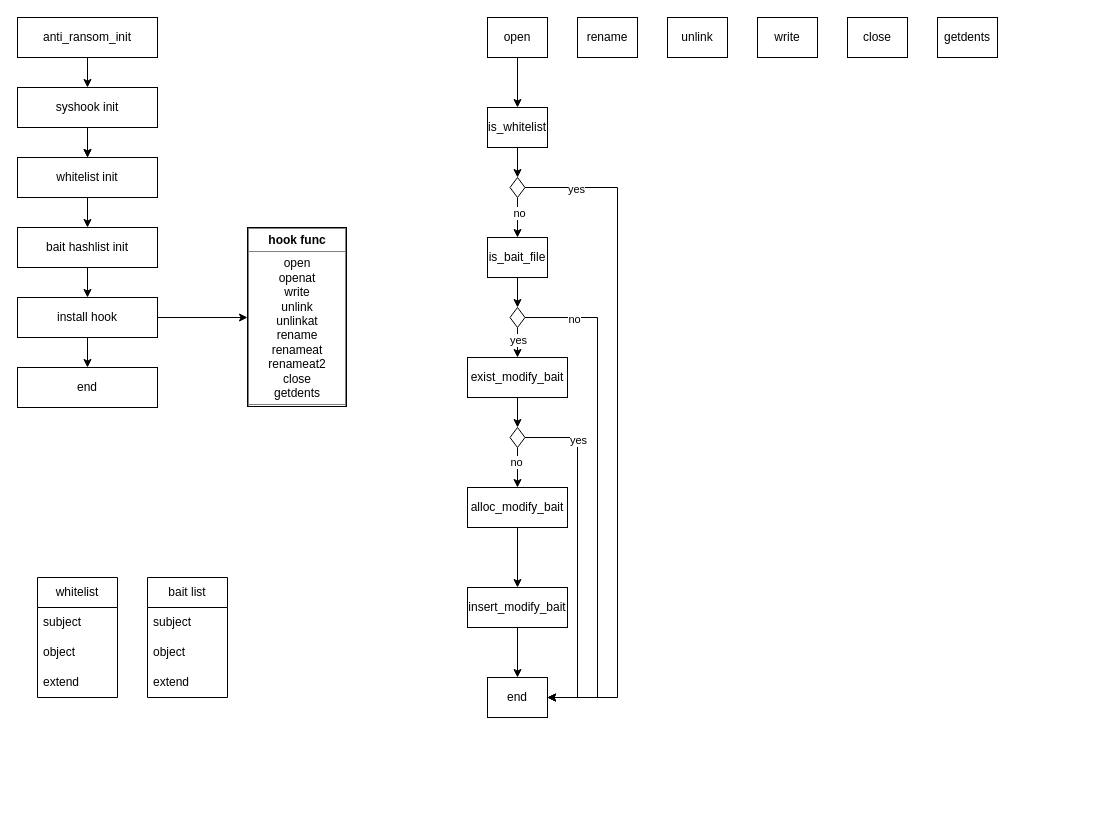
This is ransomware/anti_ransom.drawio from DeviceObject/CRecord, a draw.io file, before an edit. Source tidied: cells renumbered, new cells numbered last; positions are measured from the earlier drawing's top-left corner, leaving out a move shared by most shapes. Both pictures are drawn from the tidied source at 100%, with x=0, y=0 at pixel (17, 17).
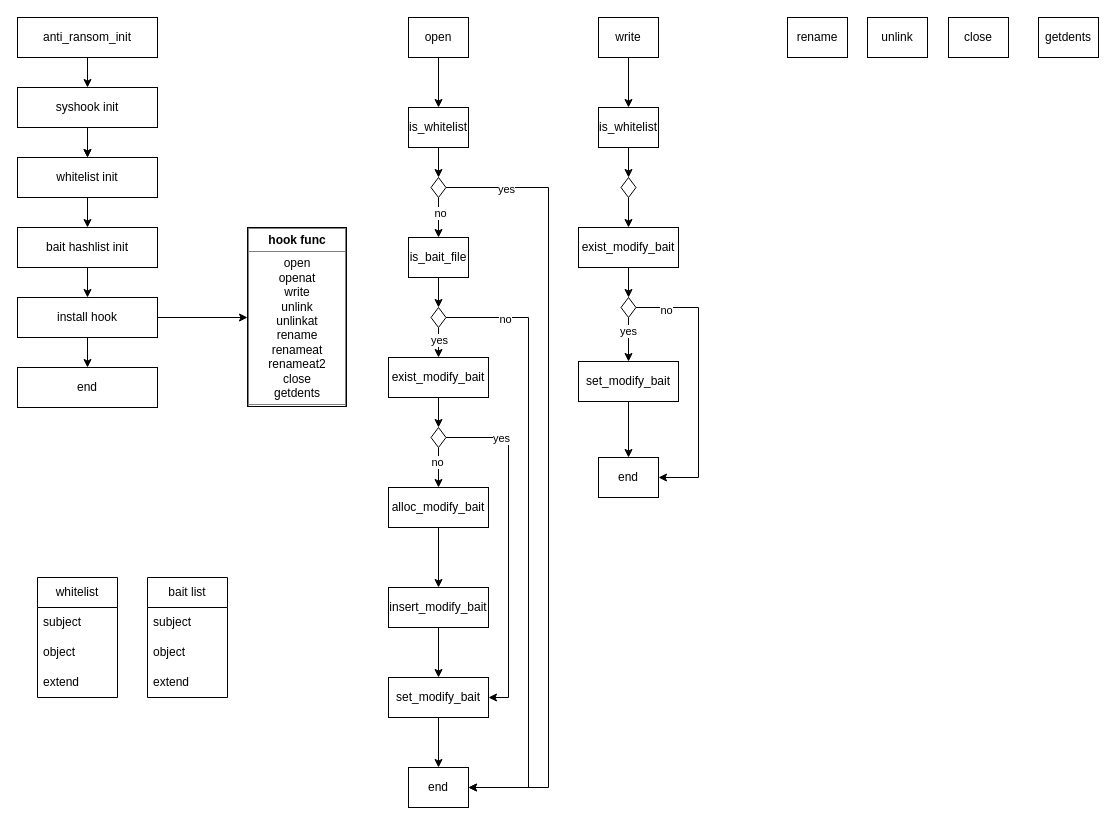
Above is the later version.

The edit, as a diff of the source:
```diff
@@
-    <mxCell id="24" style="edgeStyle=orthogonalEdgeStyle;rounded=0;jettySize=auto;html=1;" parent="1" edge="1" source="25" target="32">
+    <mxCell id="24" style="rounded=0;jettySize=auto;html=1;exitX=0.5;exitY=1;exitDx=0;exitDy=0;entryX=0.5;entryY=0;entryDx=0;entryDy=0;" parent="1" edge="1" source="25" target="32">
       <mxGeometry relative="1" as="geometry" />
     </mxCell>
     <mxCell id="25" value="open" style="rounded=0;whiteSpace=wrap;html=1;" parent="1" vertex="1">
-      <mxGeometry x="470" width="60" height="40" as="geometry" />
+      <mxGeometry x="391" width="60" height="40" as="geometry" />
     </mxCell>
     <mxCell id="26" value="rename" style="rounded=0;whiteSpace=wrap;html=1;" parent="1" vertex="1">
-      <mxGeometry x="560" width="60" height="40" as="geometry" />
+      <mxGeometry x="770" width="60" height="40" as="geometry" />
     </mxCell>
     <mxCell id="27" value="unlink" style="rounded=0;whiteSpace=wrap;html=1;" parent="1" vertex="1">
-      <mxGeometry x="650" width="60" height="40" as="geometry" />
+      <mxGeometry x="850" width="60" height="40" as="geometry" />
     </mxCell>
+    <mxCell id="57" style="edgeStyle=orthogonalEdgeStyle;rounded=0;jettySize=auto;html=1;" parent="1" edge="1" source="28" target="62">
+      <mxGeometry relative="1" as="geometry" />
+    </mxCell>
     <mxCell id="28" value="write" style="rounded=0;whiteSpace=wrap;html=1;" parent="1" vertex="1">
-      <mxGeometry x="740" width="60" height="40" as="geometry" />
+      <mxGeometry x="581" width="60" height="40" as="geometry" />
     </mxCell>
     <mxCell id="29" value="close" style="rounded=0;whiteSpace=wrap;html=1;" parent="1" vertex="1">
-      <mxGeometry x="830" width="60" height="40" as="geometry" />
+      <mxGeometry x="931" width="60" height="40" as="geometry" />
     </mxCell>
     <mxCell id="30" value="getdents" style="rounded=0;whiteSpace=wrap;html=1;" parent="1" vertex="1">
-      <mxGeometry x="920" width="60" height="40" as="geometry" />
+      <mxGeometry x="1021" width="60" height="40" as="geometry" />
     </mxCell>
@@
     <mxCell id="32" value="is_whitelist" style="rounded=0;whiteSpace=wrap;html=1;" parent="1" vertex="1">
-      <mxGeometry x="470" y="90" width="60" height="40" as="geometry" />
+      <mxGeometry x="391" y="90" width="60" height="40" as="geometry" />
     </mxCell>
@@
     <mxCell id="35" style="edgeStyle=orthogonalEdgeStyle;rounded=0;jettySize=auto;html=1;entryX=1;entryY=0.5;entryDx=0;entryDy=0;" parent="1" edge="1" target="44">
       <mxGeometry relative="1" as="geometry">
-        <mxPoint x="507.5" y="170" as="sourcePoint" />
+        <mxPoint x="428.5" y="170" as="sourcePoint" />
         <Array as="points">
-          <mxPoint x="600" y="170" />
-          <mxPoint x="600" y="680" />
+          <mxPoint x="531" y="170" />
+          <mxPoint x="531" y="770" />
         </Array>
       </mxGeometry>
     </mxCell>
@@
     <mxCell id="37" style="rhombus;whiteSpace=wrap;html=1;" parent="1" vertex="1">
-      <mxGeometry x="492.5" y="160" width="15" height="20" as="geometry" />
+      <mxGeometry x="413.5" y="160" width="15" height="20" as="geometry" />
     </mxCell>
@@
     <mxCell id="39" value="is_bait_file" style="rounded=0;whiteSpace=wrap;html=1;" parent="1" vertex="1">
-      <mxGeometry x="470" y="220" width="60" height="40" as="geometry" />
+      <mxGeometry x="391" y="220" width="60" height="40" as="geometry" />
     </mxCell>
@@
     <mxCell id="41" value="exist_modify_bait" style="rounded=0;whiteSpace=wrap;html=1;" parent="1" vertex="1">
-      <mxGeometry x="450" y="340" width="100" height="40" as="geometry" />
+      <mxGeometry x="371" y="340" width="100" height="40" as="geometry" />
     </mxCell>
@@
     <mxCell id="43" value="alloc_modify_bait" style="rounded=0;whiteSpace=wrap;html=1;" parent="1" vertex="1">
-      <mxGeometry x="450" y="470" width="100" height="40" as="geometry" />
+      <mxGeometry x="371" y="470" width="100" height="40" as="geometry" />
     </mxCell>
     <mxCell id="44" value="end" style="rounded=0;whiteSpace=wrap;html=1;" parent="1" vertex="1">
-      <mxGeometry x="470" y="660" width="60" height="40" as="geometry" />
+      <mxGeometry x="391" y="750" width="60" height="40" as="geometry" />
     </mxCell>
@@
     <mxCell id="47" style="edgeStyle=orthogonalEdgeStyle;rounded=0;jettySize=auto;html=1;entryX=1;entryY=0.5;entryDx=0;entryDy=0;" parent="1" edge="1" source="49" target="44">
       <mxGeometry relative="1" as="geometry">
         <Array as="points">
-          <mxPoint x="580" y="300" />
-          <mxPoint x="580" y="680" />
+          <mxPoint x="511" y="300" />
+          <mxPoint x="511" y="770" />
         </Array>
       </mxGeometry>
     </mxCell>
@@
     <mxCell id="49" style="rhombus;whiteSpace=wrap;html=1;" parent="1" vertex="1">
-      <mxGeometry x="492.5" y="290" width="15" height="20" as="geometry" />
+      <mxGeometry x="413.5" y="290" width="15" height="20" as="geometry" />
     </mxCell>
@@
-    <mxCell id="52" style="edgeStyle=orthogonalEdgeStyle;rounded=0;jettySize=auto;html=1;entryX=1;entryY=0.5;entryDx=0;entryDy=0;" parent="1" edge="1" source="54" target="44">
+    <mxCell id="52" style="edgeStyle=orthogonalEdgeStyle;rounded=0;jettySize=auto;html=1;entryX=1;entryY=0.5;entryDx=0;entryDy=0;exitX=1;exitY=0.5;exitDx=0;exitDy=0;" parent="1" edge="1" source="54" target="60">
       <mxGeometry relative="1" as="geometry">
         <Array as="points">
-          <mxPoint x="560" y="420" />
-          <mxPoint x="560" y="680" />
+          <mxPoint x="491" y="420" />
+          <mxPoint x="491" y="680" />
         </Array>
       </mxGeometry>
     </mxCell>
@@
     <mxCell id="54" style="rhombus;whiteSpace=wrap;html=1;" parent="1" vertex="1">
-      <mxGeometry x="492.5" y="410" width="15" height="20" as="geometry" />
+      <mxGeometry x="413.5" y="410" width="15" height="20" as="geometry" />
     </mxCell>
-    <mxCell id="55" style="edgeStyle=orthogonalEdgeStyle;rounded=0;jettySize=auto;html=1;" parent="1" edge="1" source="56" target="44">
-      <mxGeometry relative="1" as="geometry" />
-    </mxCell>
+    <mxCell id="58" style="edgeStyle=orthogonalEdgeStyle;rounded=0;jettySize=auto;html=1;" parent="1" edge="1" source="56" target="60">
+      <mxGeometry relative="1" as="geometry" />
+    </mxCell>
     <mxCell id="56" value="insert_modify_bait" style="rounded=0;whiteSpace=wrap;html=1;" parent="1" vertex="1">
-      <mxGeometry x="450" y="570" width="100" height="40" as="geometry" />
+      <mxGeometry x="371" y="570" width="100" height="40" as="geometry" />
     </mxCell>
+    <mxCell id="59" style="edgeStyle=orthogonalEdgeStyle;rounded=0;jettySize=auto;html=1;" parent="1" edge="1" source="60" target="44">
+      <mxGeometry relative="1" as="geometry" />
+    </mxCell>
+    <mxCell id="60" value="set_modify_bait" style="rounded=0;whiteSpace=wrap;html=1;" parent="1" vertex="1">
+      <mxGeometry x="371" y="660" width="100" height="40" as="geometry" />
+    </mxCell>
+    <mxCell id="61" style="edgeStyle=orthogonalEdgeStyle;rounded=0;jettySize=auto;html=1;" parent="1" edge="1" source="62" target="64">
+      <mxGeometry relative="1" as="geometry" />
+    </mxCell>
+    <mxCell id="62" value="is_whitelist" style="rounded=0;whiteSpace=wrap;html=1;" parent="1" vertex="1">
+      <mxGeometry x="581" y="90" width="60" height="40" as="geometry" />
+    </mxCell>
+    <mxCell id="63" style="edgeStyle=orthogonalEdgeStyle;rounded=0;jettySize=auto;html=1;" parent="1" edge="1" source="64" target="66">
+      <mxGeometry relative="1" as="geometry" />
+    </mxCell>
+    <mxCell id="64" style="rhombus;whiteSpace=wrap;html=1;" parent="1" vertex="1">
+      <mxGeometry x="603.5" y="160" width="15" height="20" as="geometry" />
+    </mxCell>
+    <mxCell id="65" style="edgeStyle=orthogonalEdgeStyle;rounded=0;jettySize=auto;html=1;" parent="1" edge="1" source="66" target="74">
+      <mxGeometry relative="1" as="geometry" />
+    </mxCell>
+    <mxCell id="66" value="exist_modify_bait" style="rounded=0;whiteSpace=wrap;html=1;" parent="1" vertex="1">
+      <mxGeometry x="561" y="210" width="100" height="40" as="geometry" />
+    </mxCell>
+    <mxCell id="67" style="edgeStyle=orthogonalEdgeStyle;rounded=0;jettySize=auto;html=1;" parent="1" edge="1" source="68" target="69">
+      <mxGeometry relative="1" as="geometry" />
+    </mxCell>
+    <mxCell id="68" value="set_modify_bait" style="rounded=0;whiteSpace=wrap;html=1;" parent="1" vertex="1">
+      <mxGeometry x="561" y="344" width="100" height="40" as="geometry" />
+    </mxCell>
+    <mxCell id="69" value="end" style="rounded=0;whiteSpace=wrap;html=1;" parent="1" vertex="1">
+      <mxGeometry x="581" y="440" width="60" height="40" as="geometry" />
+    </mxCell>
+    <mxCell id="70" style="edgeStyle=orthogonalEdgeStyle;rounded=0;jettySize=auto;html=1;" parent="1" edge="1" source="74" target="68">
+      <mxGeometry relative="1" as="geometry" />
+    </mxCell>
+    <mxCell id="71" value="yes" style="edgeLabel;html=1;align=center;verticalAlign=middle;" parent="70" vertex="1">
+      <mxGeometry x="-0.41" y="-1" relative="1" as="geometry" />
+    </mxCell>
+    <mxCell id="72" style="edgeStyle=orthogonalEdgeStyle;rounded=0;jettySize=auto;html=1;entryX=1;entryY=0.5;entryDx=0;entryDy=0;" parent="1" edge="1" source="74" target="69">
+      <mxGeometry relative="1" as="geometry">
+        <Array as="points">
+          <mxPoint x="681" y="290" />
+          <mxPoint x="681" y="460" />
+        </Array>
+      </mxGeometry>
+    </mxCell>
+    <mxCell id="73" value="no" style="edgeLabel;html=1;align=center;verticalAlign=middle;" parent="72" vertex="1">
+      <mxGeometry x="-0.78" y="-2" relative="1" as="geometry" />
+    </mxCell>
+    <mxCell id="74" style="rhombus;whiteSpace=wrap;html=1;" parent="1" vertex="1">
+      <mxGeometry x="603.5" y="280" width="15" height="20" as="geometry" />
+    </mxCell>
```
